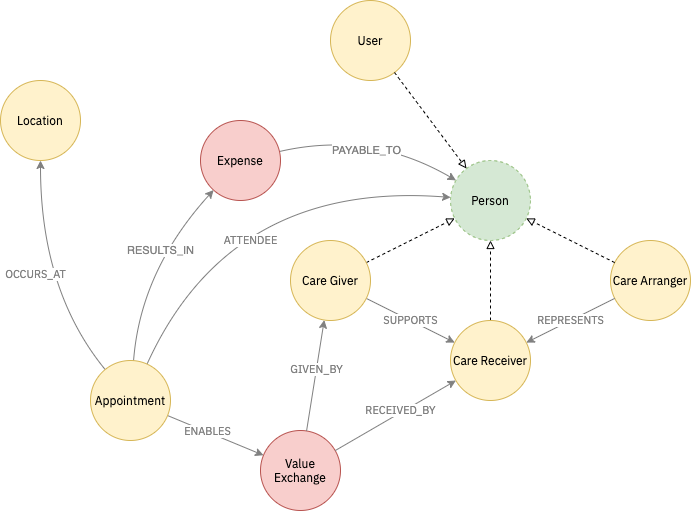
Above: .gitbook/assets/graph-schema-overview-relationships.png in equalcarecoop/eccoo-tech-docs (draw.io), before the change. Source tidied: cells renumbered, new cells last; positions are measured from the earlier drawing's top-left corner, leaving out a move shared by most shapes.
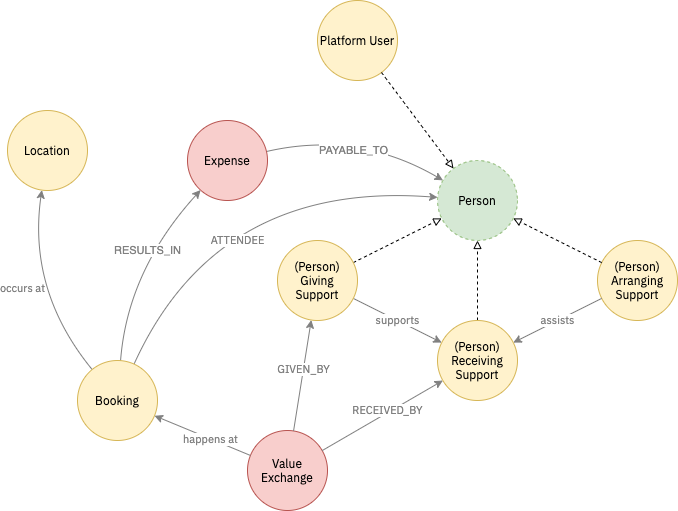
After the commit.

The edit, as a diff of the source:
```diff
@@ -8,7 +8,7 @@
     <mxCell id="3" value="Value Exchange" style="ellipse;whiteSpace=wrap;html=1;fontFamily=IBM Plex Sans;FType=g;fillColor=#f8cecc;strokeColor=#b85450;" parent="1" vertex="1">
       <mxGeometry x="260" y="430" width="80" height="80" as="geometry" />
     </mxCell>
-    <mxCell id="4" value="OCCURS_AT" style="jettySize=auto;html=1;fontFamily=IBM Plex Sans;fillColor=#f5f5f5;strokeColor=#808080;curved=1;fontColor=#808080;" parent="1" edge="1" source="8" target="9">
+    <mxCell id="4" value="occurs at" style="jettySize=auto;html=1;fontFamily=IBM Plex Sans;fillColor=#f5f5f5;strokeColor=#808080;curved=1;fontColor=#808080;" parent="1" edge="1" source="8" target="9">
       <mxGeometry x="0.01" y="5" relative="1" as="geometry">
         <Array as="points">
           <mxPoint x="40" y="290" />
@@ -22,7 +22,7 @@
         </Array>
       </mxGeometry>
     </mxCell>
-    <mxCell id="6" value="ENABLES" style="jettySize=auto;html=1;fontFamily=IBM Plex Sans;fillColor=#f8cecc;strokeColor=#808080;fontColor=#808080;" parent="1" edge="1" source="8" target="3">
+    <mxCell id="6" value="happens at" style="jettySize=auto;html=1;fontFamily=IBM Plex Sans;fillColor=#f8cecc;strokeColor=#808080;fontColor=#808080;" parent="1" edge="1" source="3" target="8">
       <mxGeometry x="-0.17" y="1" relative="1" as="geometry" />
     </mxCell>
     <mxCell id="7" value="RESULTS_IN" style="jettySize=auto;html=1;endArrow=classic;endFill=1;strokeColor=#808080;fontColor=#808080;curved=1;" parent="1" edge="1" source="8" target="16">
@@ -33,13 +33,13 @@
         <mxPoint y="1" as="offset" />
       </mxGeometry>
     </mxCell>
-    <mxCell id="8" value="Appointment" style="ellipse;whiteSpace=wrap;html=1;fontFamily=IBM Plex Sans;FType=g;fillColor=#fff2cc;strokeColor=#d6b656;" parent="1" vertex="1">
+    <mxCell id="8" value="Booking" style="ellipse;whiteSpace=wrap;html=1;fontFamily=IBM Plex Sans;FType=g;fillColor=#fff2cc;strokeColor=#d6b656;" parent="1" vertex="1">
       <mxGeometry x="90" y="360" width="80" height="80" as="geometry" />
     </mxCell>
     <mxCell id="9" value="Location" style="ellipse;whiteSpace=wrap;html=1;fontFamily=IBM Plex Sans;FType=g;fillColor=#fff2cc;strokeColor=#d6b656;" parent="1" vertex="1">
-      <mxGeometry y="80" width="80" height="80" as="geometry" />
+      <mxGeometry x="20" y="110" width="80" height="80" as="geometry" />
     </mxCell>
-    <mxCell id="10" value="SUPPORTS" style="jettySize=auto;html=1;fontFamily=IBM Plex Sans;fillColor=#f5f5f5;strokeColor=#808080;fontColor=#808080;" parent="1" edge="1" source="17" target="13">
+    <mxCell id="10" value="supports" style="jettySize=auto;html=1;fontFamily=IBM Plex Sans;fillColor=#f5f5f5;strokeColor=#808080;fontColor=#808080;" parent="1" edge="1" source="17" target="13">
       <mxGeometry relative="1" as="geometry" />
     </mxCell>
     <mxCell id="11" value="GIVEN_BY" style="jettySize=auto;html=1;fontFamily=IBM Plex Sans;fillColor=#f8cecc;strokeColor=#808080;fontColor=#808080;" parent="1" edge="1" source="3" target="17">
@@ -48,7 +48,7 @@
     <mxCell id="12" style="jettySize=auto;html=1;endArrow=block;endFill=0;dashed=1;" parent="1" edge="1" source="13" target="14">
       <mxGeometry relative="1" as="geometry" />
     </mxCell>
-    <mxCell id="13" value="Care Receiver" style="ellipse;whiteSpace=wrap;html=1;fontFamily=IBM Plex Sans;FType=g;fillColor=#fff2cc;strokeColor=#d6b656;" parent="1" vertex="1">
+    <mxCell id="13" value="(Person) Receiving Support" style="ellipse;whiteSpace=wrap;html=1;fontFamily=IBM Plex Sans;FType=g;fillColor=#fff2cc;strokeColor=#d6b656;" parent="1" vertex="1">
       <mxGeometry x="450" y="320" width="80" height="80" as="geometry" />
     </mxCell>
     <mxCell id="14" value="Person" style="ellipse;whiteSpace=wrap;html=1;fontFamily=IBM Plex Sans;FType=g;fillColor=#d5e8d4;strokeColor=#82b366;dashed=1;" parent="1" vertex="1">
@@ -64,22 +64,22 @@
     <mxCell id="16" value="Expense" style="ellipse;whiteSpace=wrap;html=1;fontFamily=IBM Plex Sans;FType=g;fillColor=#f8cecc;strokeColor=#b85450;" parent="1" vertex="1">
       <mxGeometry x="200" y="120" width="80" height="80" as="geometry" />
     </mxCell>
-    <mxCell id="17" value="Care Giver" style="ellipse;whiteSpace=wrap;html=1;fontFamily=IBM Plex Sans;FType=g;fillColor=#fff2cc;strokeColor=#d6b656;" parent="1" vertex="1">
+    <mxCell id="17" value="(Person) Giving Support" style="ellipse;whiteSpace=wrap;html=1;fontFamily=IBM Plex Sans;FType=g;fillColor=#fff2cc;strokeColor=#d6b656;" parent="1" vertex="1">
       <mxGeometry x="290" y="240" width="80" height="80" as="geometry" />
     </mxCell>
     <mxCell id="18" value="RECEIVED_BY" style="jettySize=auto;html=1;fontFamily=IBM Plex Sans;fillColor=#f8cecc;strokeColor=#808080;fontColor=#808080;" parent="1" edge="1" source="3" target="13">
       <mxGeometry x="0.1" y="2" relative="1" as="geometry" />
     </mxCell>
-    <mxCell id="19" value="Care Arranger" style="ellipse;whiteSpace=wrap;html=1;fontFamily=IBM Plex Sans;FType=g;fillColor=#fff2cc;strokeColor=#d6b656;" parent="1" vertex="1">
+    <mxCell id="19" value="(Person) Arranging Support" style="ellipse;whiteSpace=wrap;html=1;fontFamily=IBM Plex Sans;FType=g;fillColor=#fff2cc;strokeColor=#d6b656;" parent="1" vertex="1">
       <mxGeometry x="610" y="240" width="80" height="80" as="geometry" />
     </mxCell>
     <mxCell id="20" style="jettySize=auto;html=1;endArrow=block;endFill=0;dashed=1;" parent="1" edge="1" source="19" target="14">
       <mxGeometry relative="1" as="geometry" />
     </mxCell>
-    <mxCell id="21" value="REPRESENTS" style="jettySize=auto;html=1;fontFamily=IBM Plex Sans;fillColor=#f5f5f5;strokeColor=#808080;fontColor=#808080;" parent="1" edge="1" source="19" target="13">
+    <mxCell id="21" value="assists" style="jettySize=auto;html=1;fontFamily=IBM Plex Sans;fillColor=#f5f5f5;strokeColor=#808080;fontColor=#808080;" parent="1" edge="1" source="19" target="13">
       <mxGeometry relative="1" as="geometry" />
     </mxCell>
-    <mxCell id="22" value="User" style="ellipse;whiteSpace=wrap;html=1;fontFamily=IBM Plex Sans;FType=g;fillColor=#fff2cc;strokeColor=#d6b656;" parent="1" vertex="1">
+    <mxCell id="22" value="Platform User" style="ellipse;whiteSpace=wrap;html=1;fontFamily=IBM Plex Sans;FType=g;fillColor=#fff2cc;strokeColor=#d6b656;" parent="1" vertex="1">
       <mxGeometry x="330" width="80" height="80" as="geometry" />
     </mxCell>
     <mxCell id="23" style="jettySize=auto;html=1;endArrow=block;endFill=0;dashed=1;" parent="1" edge="1" source="22" target="14">
```
